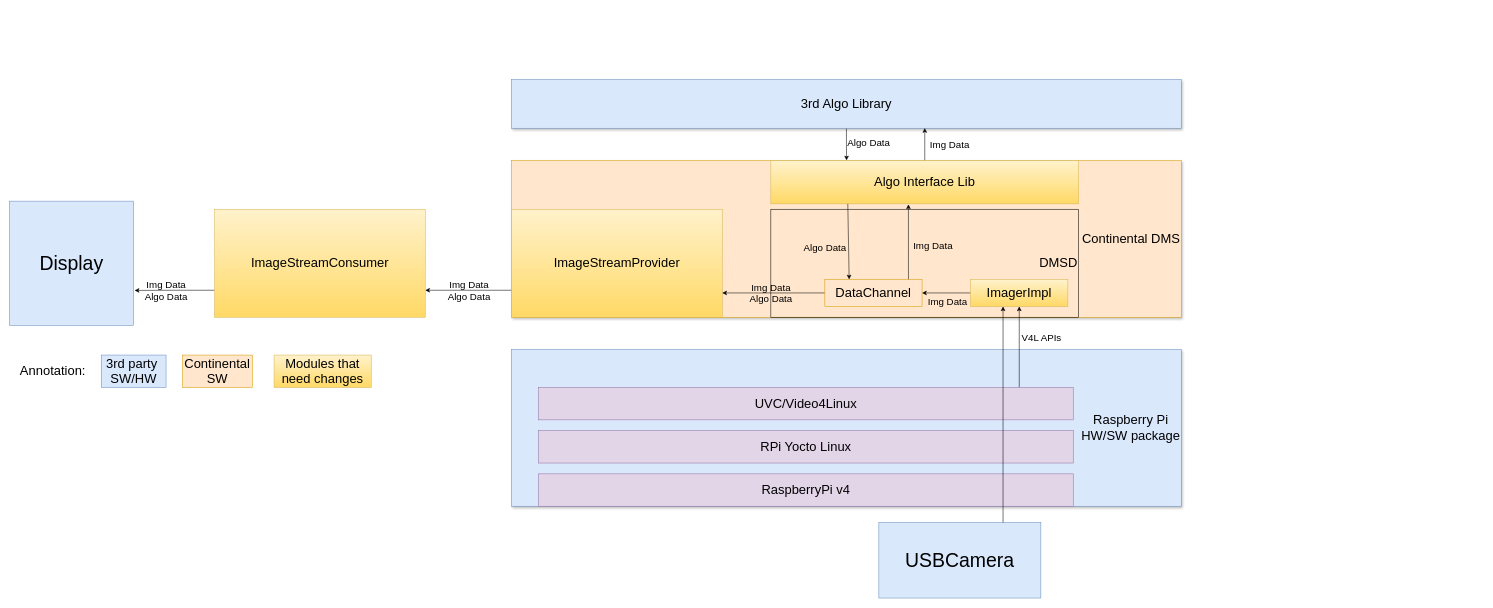
Earlier version of the draw.io diagram Presentation/TobiiDemo.drawio (truonggiangtran/JobSearch). Source tidied: cells renumbered, new cells numbered last; positions are measured from the earlier drawing's top-left corner, leaving out a move shared by most shapes. Both pictures are drawn from the tidied source at 54%, with x=0, y=0 at pixel (9, 79).
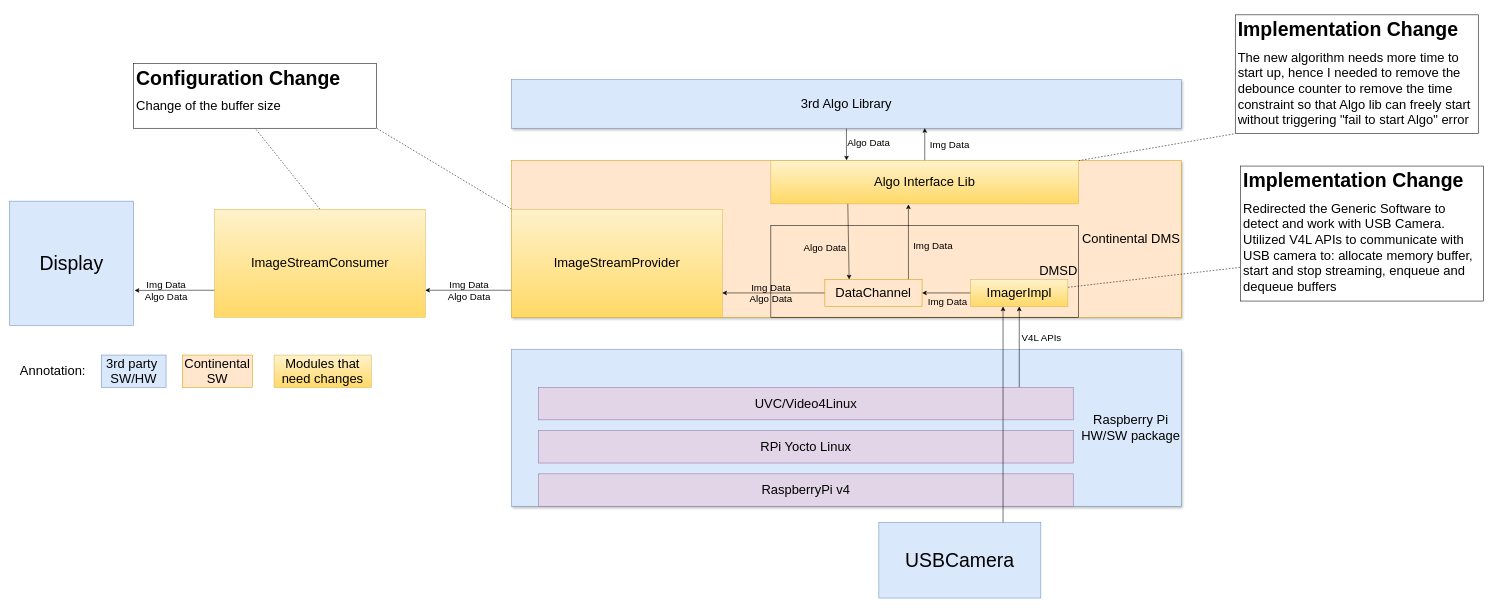
The same diagram, later.

Commit message (it also covers changes not shown here):
Add TobiiDemo and 5MP Cam integration graph

Unchanged cells that the change refers to:
```xml
<mxCell id="15" value="&lt;font style=&quot;font-size: 24px;&quot;&gt;Algo Interface Lib&lt;/font&gt;" style="rounded=0;whiteSpace=wrap;html=1;fillColor=#fff2cc;gradientColor=#ffd966;strokeColor=#d6b656;" parent="1" vertex="1">
  <mxGeometry x="1410" y="150" width="570" height="80" as="geometry" />
</mxCell>
<mxCell id="18" value="&lt;font style=&quot;font-size: 24px;&quot;&gt;ImageStreamProvider&lt;/font&gt;" style="rounded=0;whiteSpace=wrap;html=1;fillColor=#fff2cc;gradientColor=#ffd966;strokeColor=#d6b656;" parent="1" vertex="1">
  <mxGeometry x="930" y="240" width="390" height="200" as="geometry" />
</mxCell>
<mxCell id="21" value="&lt;font style=&quot;font-size: 24px;&quot;&gt;ImagerImpl&lt;/font&gt;" style="rounded=0;whiteSpace=wrap;html=1;fillColor=#fff2cc;gradientColor=#ffd966;strokeColor=#d6b656;" parent="1" vertex="1">
  <mxGeometry x="1780" y="370" width="180" height="50" as="geometry" />
</mxCell>
<mxCell id="33" value="&lt;font style=&quot;font-size: 24px;&quot;&gt;ImageStreamConsumer&lt;/font&gt;" style="rounded=0;whiteSpace=wrap;html=1;fillColor=#fff2cc;gradientColor=#ffd966;strokeColor=#d6b656;" parent="1" vertex="1">
  <mxGeometry x="380" y="240" width="390" height="200" as="geometry" />
</mxCell>
```

Diff of the diagram source:
```diff
@@
     <mxCell id="12" value="&lt;font style=&quot;font-size: 24px;&quot;&gt;DMSD&lt;/font&gt;" style="rounded=0;whiteSpace=wrap;html=1;fillColor=none;align=right;" parent="1" vertex="1">
-      <mxGeometry x="1410" y="240" width="570" height="200" as="geometry" />
+      <mxGeometry x="1410" y="270" width="570" height="170" as="geometry" />
     </mxCell>
@@
+    <mxCell id="39" style="rounded=0;jettySize=auto;html=1;exitX=1;exitY=0;exitDx=0;exitDy=0;entryX=0;entryY=1;entryDx=0;entryDy=0;endArrow=none;endFill=0;dashed=1;" parent="1" edge="1" source="15" target="44">
+      <mxGeometry relative="1" as="geometry" />
+    </mxCell>
@@
+    <mxCell id="40" style="rounded=0;jettySize=auto;html=1;exitX=0;exitY=0;exitDx=0;exitDy=0;entryX=1;entryY=1;entryDx=0;entryDy=0;endArrow=none;endFill=0;dashed=1;" parent="1" edge="1" source="18" target="43">
+      <mxGeometry relative="1" as="geometry" />
+    </mxCell>
@@
+    <mxCell id="41" style="rounded=0;jettySize=auto;html=1;entryX=0;entryY=0.75;entryDx=0;entryDy=0;endArrow=none;endFill=0;dashed=1;" parent="1" edge="1" source="21" target="45">
+      <mxGeometry relative="1" as="geometry" />
+    </mxCell>
@@
+    <mxCell id="42" style="rounded=0;jettySize=auto;html=1;exitX=0.5;exitY=0;exitDx=0;exitDy=0;entryX=0.5;entryY=1;entryDx=0;entryDy=0;dashed=1;endArrow=none;endFill=0;" parent="1" edge="1" source="33" target="43">
+      <mxGeometry relative="1" as="geometry" />
+    </mxCell>
@@
+    <mxCell id="43" value="&lt;h1&gt;&lt;font style=&quot;font-size: 36px;&quot;&gt;Configuration Change&lt;/font&gt;&lt;/h1&gt;&lt;p&gt;&lt;font style=&quot;font-size: 24px;&quot;&gt;Change of the buffer size&lt;/font&gt;&lt;/p&gt;" style="text;html=1;strokeColor=default;fillColor=none;spacing=5;spacingTop=-20;whiteSpace=wrap;overflow=hidden;rounded=0;" parent="1" vertex="1">
+      <mxGeometry x="230" y="-30" width="450" height="120" as="geometry" />
+    </mxCell>
+    <mxCell id="44" value="&lt;h1&gt;&lt;font style=&quot;font-size: 36px;&quot;&gt;Implementation Change&lt;/font&gt;&lt;/h1&gt;&lt;p&gt;&lt;span style=&quot;font-size: 24px;&quot;&gt;The new algorithm needs more time to start up, hence I needed to remove the debounce counter to remove the time constraint so that Algo lib can freely start without triggering &quot;fail to start Algo&quot; error&lt;/span&gt;&lt;/p&gt;" style="text;html=1;strokeColor=default;fillColor=none;spacing=5;spacingTop=-20;whiteSpace=wrap;overflow=hidden;rounded=0;" parent="1" vertex="1">
+      <mxGeometry x="2270" y="-120" width="450" height="220" as="geometry" />
+    </mxCell>
+    <mxCell id="45" value="&lt;h1&gt;&lt;font style=&quot;font-size: 36px;&quot;&gt;Implementation Change&lt;/font&gt;&lt;/h1&gt;&lt;p&gt;&lt;font style=&quot;font-size: 24px;&quot;&gt;Redirected the Generic Software to detect and work with USB Camera. Utilized V4L APIs to communicate with USB camera to: allocate memory buffer, start and stop streaming, enqueue and dequeue buffers&lt;/font&gt;&lt;/p&gt;" style="text;html=1;strokeColor=default;fillColor=none;spacing=5;spacingTop=-20;whiteSpace=wrap;overflow=hidden;rounded=0;" parent="1" vertex="1">
+      <mxGeometry x="2280" y="160" width="450" height="250" as="geometry" />
+    </mxCell>
```
